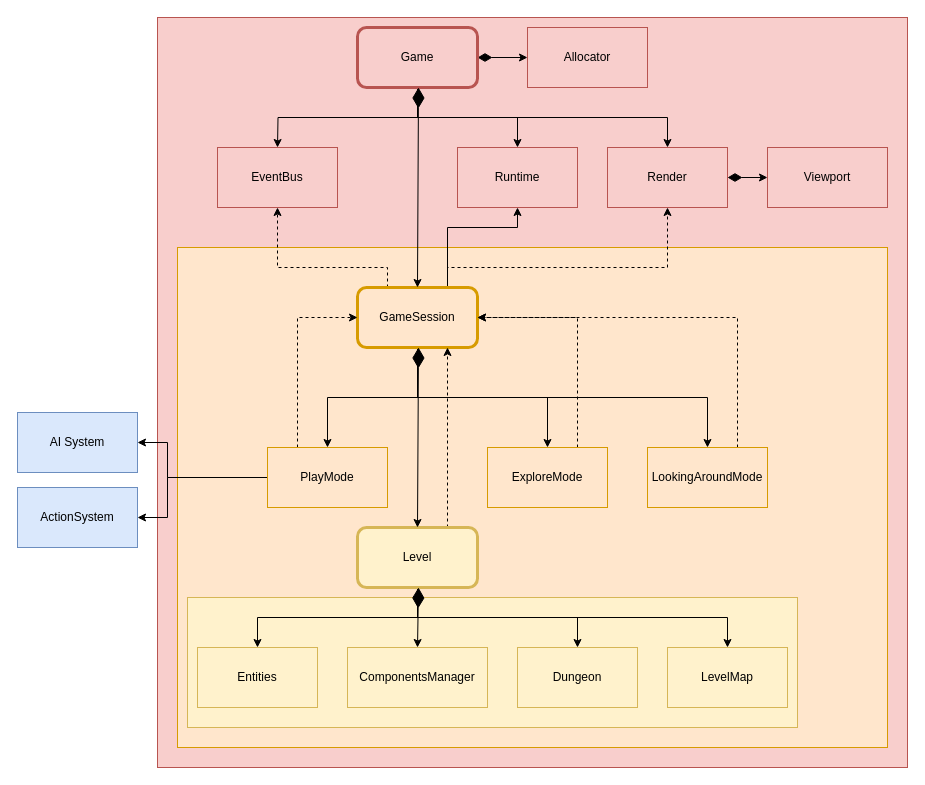
Above: page "Main components" (1 of 6) of docs/schemas.drawio in vladimir-popov/forgotten_catacombs (draw.io), before the change. Source tidied: cells renumbered, new cells numbered last; positions are measured from the earlier drawing's top-left corner, leaving out a move shared by most shapes. Both pictures are drawn from the tidied source at 100%, with x=0, y=0 at pixel (17, 17).
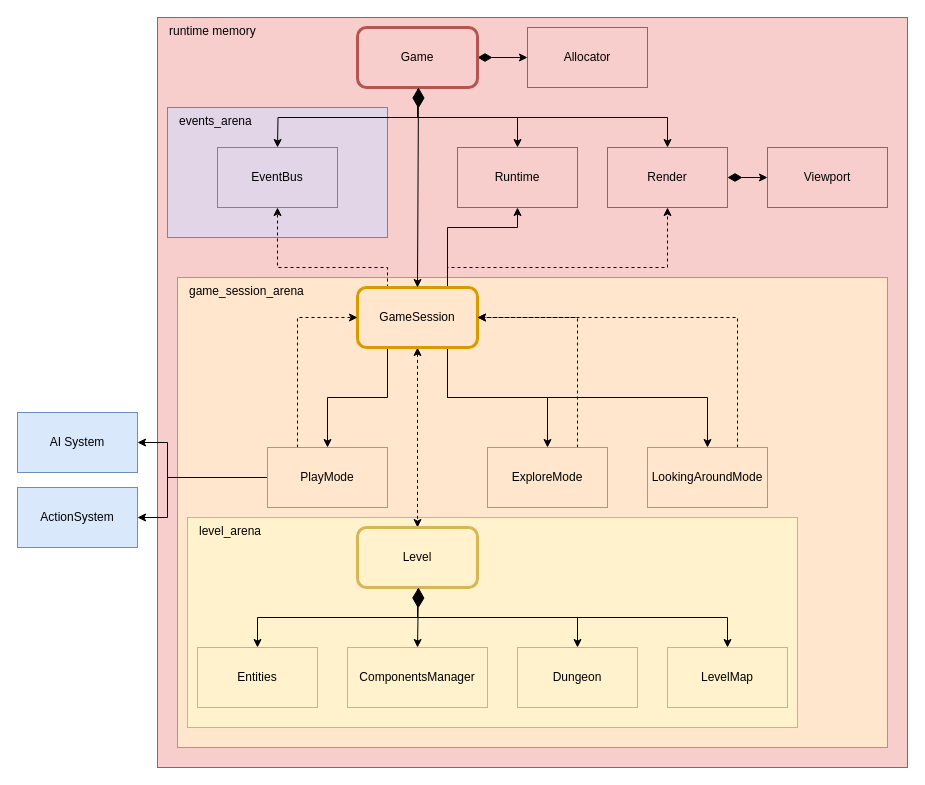
The same diagram, later.

Unchanged cells that the change refers to:
```xml
<mxCell id="16" value="GameSession" style="rounded=1;whiteSpace=wrap;html=1;fillColor=#ffe6cc;strokeColor=#d79b00;strokeWidth=3;" parent="1" vertex="1">
  <mxGeometry x="340" y="270" width="120" height="60" as="geometry" />
</mxCell>
<mxCell id="21" value="Level" style="rounded=1;whiteSpace=wrap;html=1;fillColor=#fff2cc;strokeColor=#d6b656;strokeWidth=3;align=center;verticalAlign=middle;fontFamily=Helvetica;fontSize=12;" parent="1" vertex="1">
  <mxGeometry x="340" y="510" width="120" height="60" as="geometry" />
</mxCell>
<mxCell id="31" value="PlayMode" style="rounded=0;whiteSpace=wrap;html=1;fillColor=#ffe6cc;strokeColor=#d79b00;" parent="1" vertex="1">
  <mxGeometry x="250" y="430" width="120" height="60" as="geometry" />
</mxCell>
<mxCell id="33" value="ExploreMode" style="rounded=0;whiteSpace=wrap;html=1;fillColor=#ffe6cc;strokeColor=#d79b00;" parent="1" vertex="1">
  <mxGeometry x="470" y="430" width="120" height="60" as="geometry" />
</mxCell>
<mxCell id="42" value="LookingAroundMode" style="rounded=0;whiteSpace=wrap;html=1;fillColor=#ffe6cc;strokeColor=#d79b00;" parent="1" vertex="1">
  <mxGeometry x="630" y="430" width="120" height="60" as="geometry" />
</mxCell>
```

Diff of the diagram source:
```diff
@@
-    <mxCell id="2" style="rounded=0;whiteSpace=wrap;html=1;fillColor=#f8cecc;strokeColor=#b85450;" parent="1" vertex="1">
+    <mxCell id="2" value="runtime memory" style="rounded=0;whiteSpace=wrap;html=1;fillColor=#f8cecc;strokeColor=#b85450;verticalAlign=top;align=left;spacingLeft=10;" parent="1" vertex="1">
       <mxGeometry x="140" width="750" height="750" as="geometry" />
     </mxCell>
+    <mxCell id="45" value="events_arena" style="rounded=0;whiteSpace=wrap;html=1;fillColor=#e1d5e7;strokeColor=#9673a6;align=left;verticalAlign=top;spacingLeft=10;" parent="1" vertex="1">
+      <mxGeometry x="150" y="90" width="220" height="130" as="geometry" />
+    </mxCell>
-    <mxCell id="3" style="rounded=0;whiteSpace=wrap;html=1;fillColor=#ffe6cc;strokeColor=#d79b00;" parent="1" vertex="1">
-      <mxGeometry x="160" y="230" width="710" height="500" as="geometry" />
+    <mxCell id="3" value="game_session_arena" style="rounded=0;whiteSpace=wrap;html=1;fillColor=#ffe6cc;strokeColor=#d79b00;align=left;verticalAlign=top;spacingLeft=10;" parent="1" vertex="1">
+      <mxGeometry x="160" y="260" width="710" height="470" as="geometry" />
     </mxCell>
-    <mxCell id="4" style="rounded=0;whiteSpace=wrap;html=1;fillColor=#fff2cc;strokeColor=#d6b656;" parent="1" vertex="1">
-      <mxGeometry x="170" y="580" width="610" height="130" as="geometry" />
+    <mxCell id="4" value="level_arena" style="rounded=0;whiteSpace=wrap;html=1;fillColor=#fff2cc;strokeColor=#d6b656;align=left;verticalAlign=top;spacingLeft=10;" parent="1" vertex="1">
+      <mxGeometry x="170" y="500" width="610" height="210" as="geometry" />
     </mxCell>
@@
-    <mxCell id="10" style="edgeStyle=orthogonalEdgeStyle;rounded=0;jettySize=auto;html=1;exitX=0.5;exitY=1;exitDx=0;exitDy=0;entryX=0.5;entryY=0;entryDx=0;entryDy=0;" parent="1" edge="1" source="16" target="31">
+    <mxCell id="10" style="edgeStyle=orthogonalEdgeStyle;rounded=0;jettySize=auto;html=1;exitX=0.25;exitY=1;exitDx=0;exitDy=0;entryX=0.5;entryY=0;entryDx=0;entryDy=0;" parent="1" edge="1" source="16" target="31">
       <mxGeometry relative="1" as="geometry" />
     </mxCell>
-    <mxCell id="11" style="edgeStyle=orthogonalEdgeStyle;rounded=0;jettySize=auto;html=1;exitX=0.5;exitY=1;exitDx=0;exitDy=0;entryX=0.5;entryY=0;entryDx=0;entryDy=0;" parent="1" edge="1" source="16" target="33">
+    <mxCell id="11" style="edgeStyle=orthogonalEdgeStyle;rounded=0;jettySize=auto;html=1;exitX=0.75;exitY=1;exitDx=0;exitDy=0;entryX=0.5;entryY=0;entryDx=0;entryDy=0;" parent="1" edge="1" source="16" target="33">
       <mxGeometry relative="1" as="geometry" />
     </mxCell>
@@
-    <mxCell id="14" style="edgeStyle=orthogonalEdgeStyle;rounded=0;jettySize=auto;html=1;exitX=0.5;exitY=1;exitDx=0;exitDy=0;entryX=0.5;entryY=0;entryDx=0;entryDy=0;" parent="1" edge="1" source="16" target="42">
+    <mxCell id="14" style="edgeStyle=orthogonalEdgeStyle;rounded=0;jettySize=auto;html=1;exitX=0.75;exitY=1;exitDx=0;exitDy=0;entryX=0.5;entryY=0;entryDx=0;entryDy=0;" parent="1" edge="1" source="16" target="42">
       <mxGeometry relative="1" as="geometry" />
     </mxCell>
@@
+    <mxCell id="46" style="edgeStyle=orthogonalEdgeStyle;rounded=0;jettySize=auto;html=1;exitX=0.5;exitY=1;exitDx=0;exitDy=0;entryX=0.5;entryY=0;entryDx=0;entryDy=0;dashed=1;startArrow=classic;startFill=1;" parent="1" edge="1" source="16" target="21">
+      <mxGeometry relative="1" as="geometry" />
+    </mxCell>
@@
-    <mxCell id="17" style="edgeStyle=orthogonalEdgeStyle;rounded=0;jettySize=auto;html=1;exitX=0.75;exitY=0;exitDx=0;exitDy=0;entryX=0.75;entryY=1;entryDx=0;entryDy=0;dashed=1;" parent="1" edge="1" source="21" target="16">
-      <mxGeometry relative="1" as="geometry" />
-    </mxCell>
@@
-    <mxCell id="26" style="endArrow=diamondThin;endFill=1;endSize=18;html=1;rounded=0;entryX=0.5;entryY=1;entryDx=0;entryDy=0;startArrow=classic;startFill=1;strokeWidth=1;exitX=0.5;exitY=0;exitDx=0;exitDy=0;" parent="1" edge="1" source="21">
-      <mxGeometry relative="1" as="geometry">
-        <mxPoint x="401" y="330" as="targetPoint" />
-      </mxGeometry>
-    </mxCell>
@@
-    <mxCell id="40" value="EventBus" style="rounded=0;whiteSpace=wrap;html=1;fillColor=#f8cecc;strokeColor=#b85450;" parent="1" vertex="1">
+    <mxCell id="40" value="EventBus" style="rounded=0;whiteSpace=wrap;html=1;fillColor=#e1d5e7;strokeColor=#9673a6;" parent="1" vertex="1">
       <mxGeometry x="200" y="130" width="120" height="60" as="geometry" />
     </mxCell>
```
